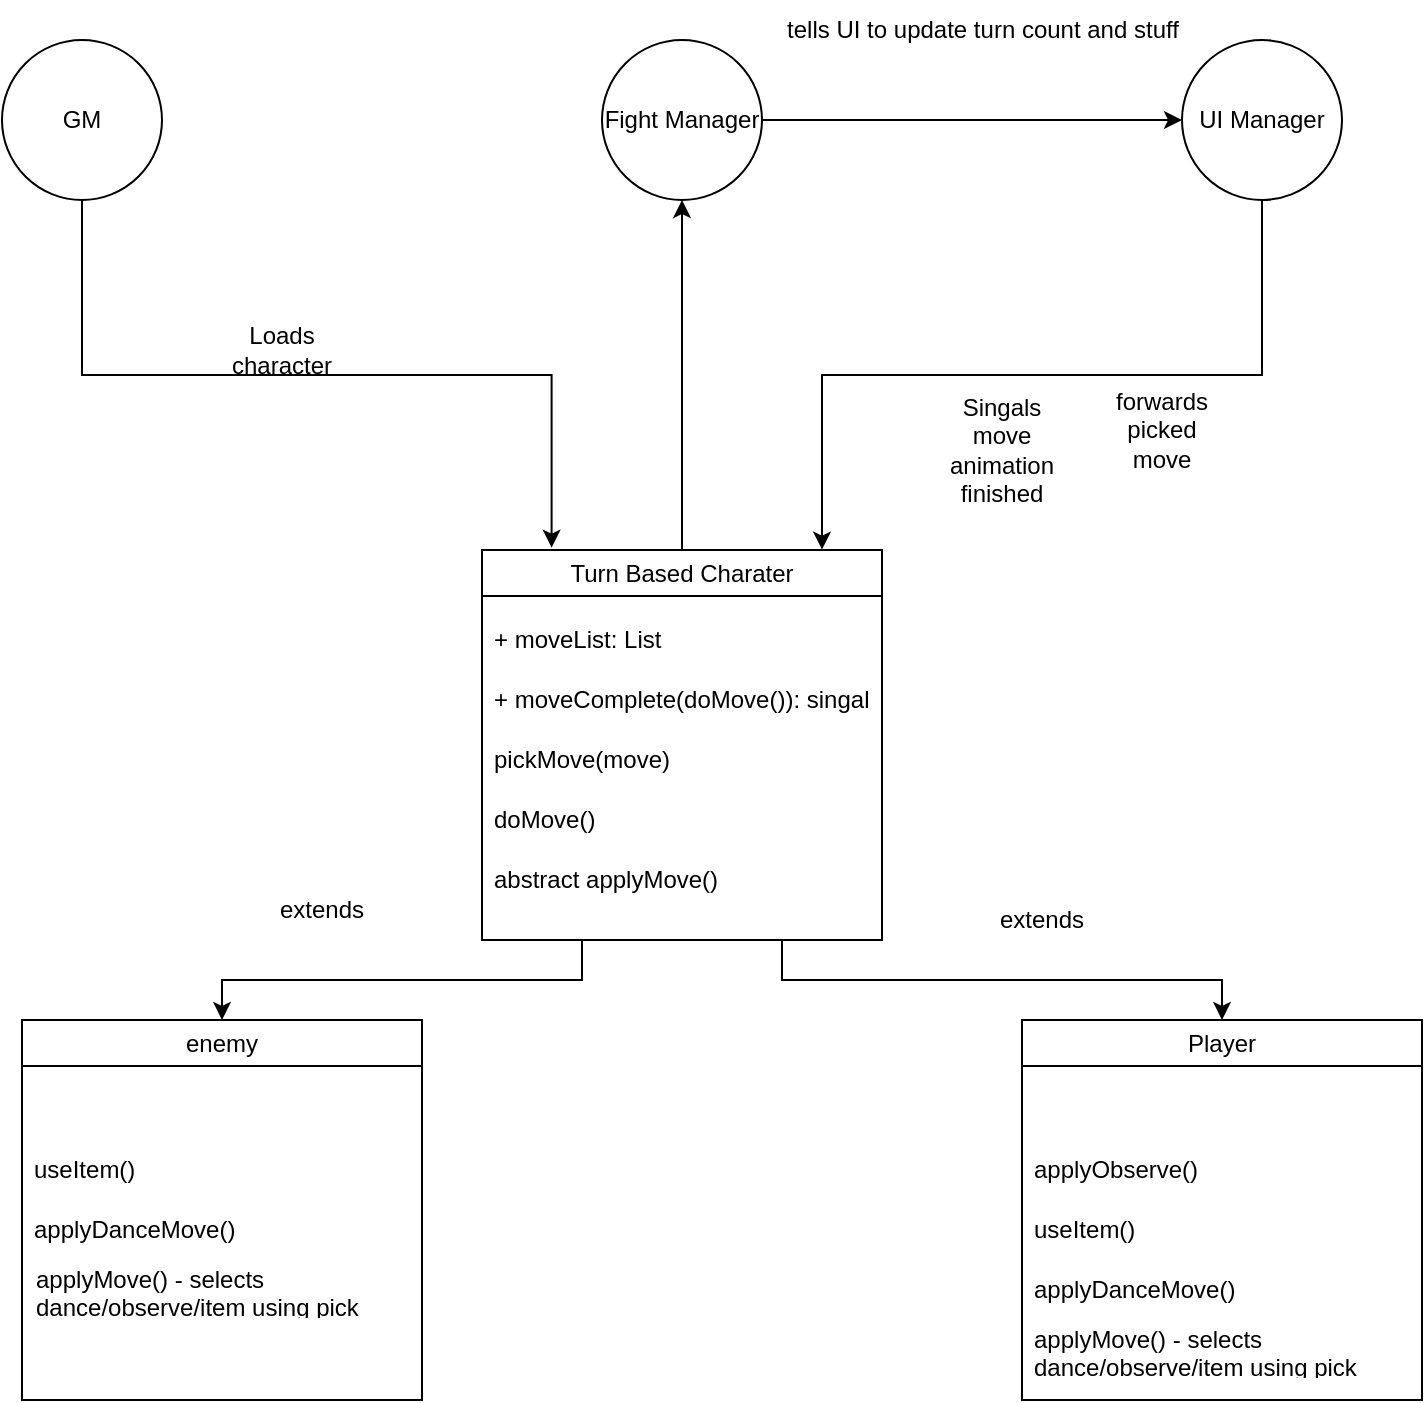
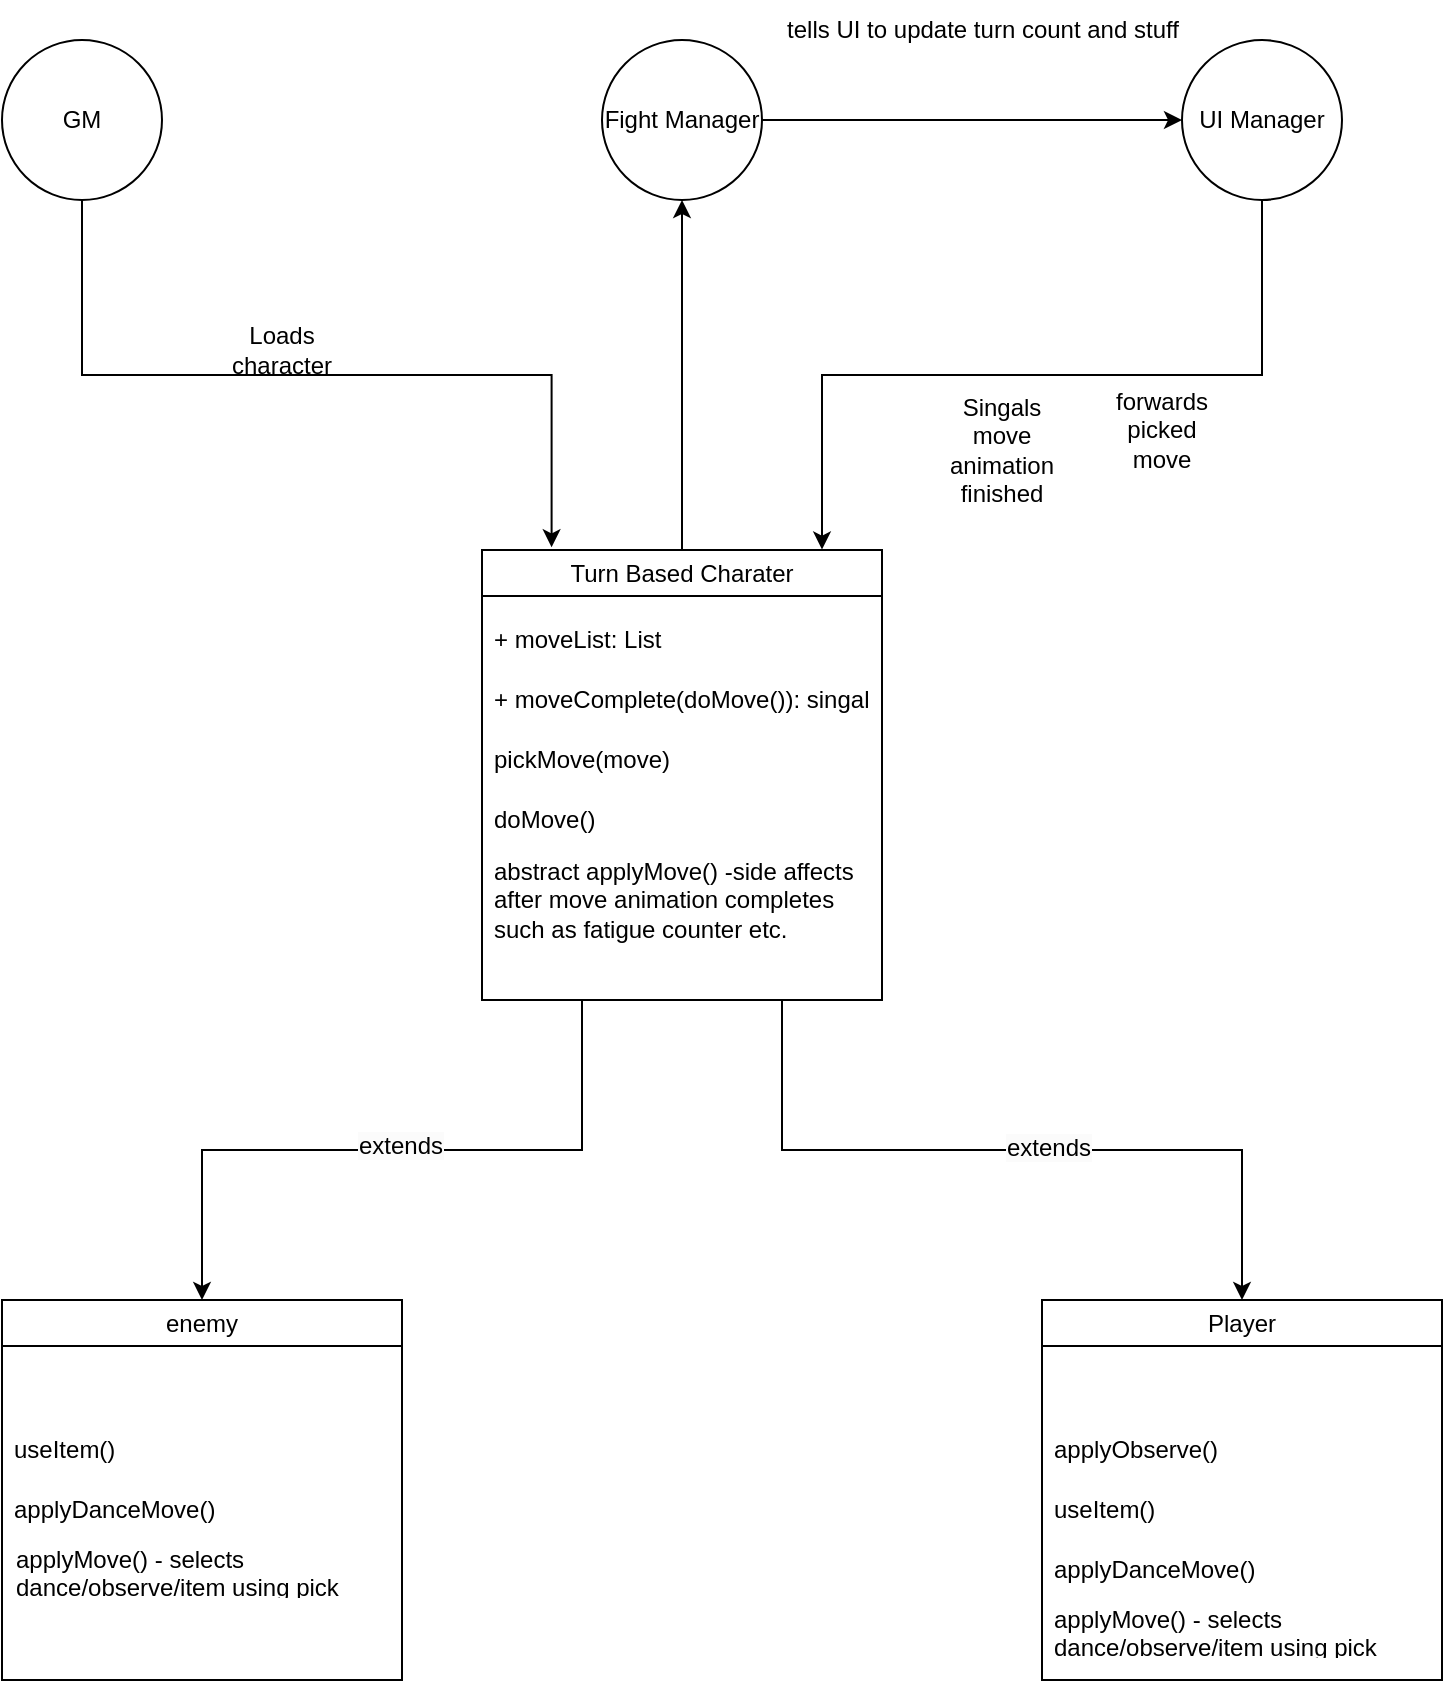
<mxfile host="65bd71144e">
    <diagram name="Page-1" id="8GHx16UVSlVFLAtgrjIX">
        <mxGraphModel dx="1097" dy="407" grid="1" gridSize="10" guides="1" tooltips="1" connect="1" arrows="1" fold="1" page="1" pageScale="1" pageWidth="827" pageHeight="1169" math="0" shadow="0">
            <root>
                <mxCell id="0"/>
                <mxCell id="1" parent="0"/>
                <mxCell id="7OPKpmR6Gj1I1nWfY20L-1" value="GM" style="ellipse;whiteSpace=wrap;html=1;aspect=fixed;" parent="1" vertex="1">
                    <mxGeometry x="60" y="160" width="80" height="80" as="geometry"/>
                </mxCell>
                <mxCell id="7OPKpmR6Gj1I1nWfY20L-20" style="edgeStyle=orthogonalEdgeStyle;rounded=0;orthogonalLoop=1;jettySize=auto;html=1;exitX=1;exitY=0.5;exitDx=0;exitDy=0;" parent="1" source="7OPKpmR6Gj1I1nWfY20L-2" target="7OPKpmR6Gj1I1nWfY20L-3" edge="1">
                    <mxGeometry relative="1" as="geometry"/>
                </mxCell>
                <mxCell id="7OPKpmR6Gj1I1nWfY20L-2" value="Fight Manager" style="ellipse;whiteSpace=wrap;html=1;aspect=fixed;" parent="1" vertex="1">
                    <mxGeometry x="360" y="160" width="80" height="80" as="geometry"/>
                </mxCell>
                <mxCell id="7OPKpmR6Gj1I1nWfY20L-3" value="UI Manager" style="ellipse;whiteSpace=wrap;html=1;aspect=fixed;" parent="1" vertex="1">
                    <mxGeometry x="650" y="160" width="80" height="80" as="geometry"/>
                </mxCell>
                <mxCell id="7OPKpmR6Gj1I1nWfY20L-19" style="edgeStyle=orthogonalEdgeStyle;rounded=0;orthogonalLoop=1;jettySize=auto;html=1;exitX=0.5;exitY=0;exitDx=0;exitDy=0;entryX=0.5;entryY=1;entryDx=0;entryDy=0;" parent="1" source="7OPKpmR6Gj1I1nWfY20L-15" target="7OPKpmR6Gj1I1nWfY20L-2" edge="1">
                    <mxGeometry relative="1" as="geometry">
                        <Array as="points">
                            <mxPoint x="400" y="330"/>
                            <mxPoint x="400" y="330"/>
                        </Array>
                    </mxGeometry>
                </mxCell>
                <mxCell id="7OPKpmR6Gj1I1nWfY20L-38" style="edgeStyle=orthogonalEdgeStyle;rounded=0;orthogonalLoop=1;jettySize=auto;html=1;exitX=0.25;exitY=1;exitDx=0;exitDy=0;entryX=0.5;entryY=0;entryDx=0;entryDy=0;" parent="1" source="7OPKpmR6Gj1I1nWfY20L-15" target="7OPKpmR6Gj1I1nWfY20L-28" edge="1">
                    <mxGeometry relative="1" as="geometry"/>
                </mxCell>
+                 <mxCell id="5" value="&lt;span style=&quot;color: rgb(0, 0, 0); font-size: 12px; text-wrap-mode: wrap; background-color: rgb(251, 251, 251);&quot;&gt;extends&lt;/span&gt;" style="edgeLabel;html=1;align=center;verticalAlign=middle;resizable=0;points=[];" vertex="1" connectable="0" parent="7OPKpmR6Gj1I1nWfY20L-38">
+                     <mxGeometry x="-0.12" y="-2" relative="1" as="geometry">
+                         <mxPoint x="-17" as="offset"/>
+                     </mxGeometry>
+                 </mxCell>
                <mxCell id="7OPKpmR6Gj1I1nWfY20L-39" style="edgeStyle=orthogonalEdgeStyle;rounded=0;orthogonalLoop=1;jettySize=auto;html=1;exitX=0.75;exitY=1;exitDx=0;exitDy=0;entryX=0.5;entryY=0;entryDx=0;entryDy=0;" parent="1" source="7OPKpmR6Gj1I1nWfY20L-15" target="7OPKpmR6Gj1I1nWfY20L-33" edge="1">
                    <mxGeometry relative="1" as="geometry"/>
                </mxCell>
+                 <mxCell id="4" value="&lt;span style=&quot;color: rgb(0, 0, 0); font-size: 12px; text-wrap-mode: wrap; background-color: rgb(251, 251, 251);&quot;&gt;extends&lt;/span&gt;" style="edgeLabel;html=1;align=center;verticalAlign=middle;resizable=0;points=[];" vertex="1" connectable="0" parent="7OPKpmR6Gj1I1nWfY20L-39">
+                     <mxGeometry x="0.0937" y="1" relative="1" as="geometry">
+                         <mxPoint as="offset"/>
+                     </mxGeometry>
+                 </mxCell>
                <mxCell id="7OPKpmR6Gj1I1nWfY20L-15" value="&lt;span style=&quot;font-weight: 400;&quot;&gt;Turn Based Charater&lt;/span&gt;" style="swimlane;whiteSpace=wrap;html=1;" parent="1" vertex="1">
-                     <mxGeometry x="300" y="415" width="200" height="195" as="geometry"/>
+                     <mxGeometry x="300" y="415" width="200" height="225" as="geometry"/>
                </mxCell>
                <mxCell id="7OPKpmR6Gj1I1nWfY20L-5" value="+ moveList: List" style="text;strokeColor=none;fillColor=none;align=left;verticalAlign=middle;spacingLeft=4;spacingRight=4;overflow=hidden;points=[[0,0.5],[1,0.5]];portConstraint=eastwest;rotatable=0;whiteSpace=wrap;html=1;" parent="7OPKpmR6Gj1I1nWfY20L-15" vertex="1">
                    <mxGeometry y="30" width="140" height="30" as="geometry"/>
                </mxCell>
                <mxCell id="7OPKpmR6Gj1I1nWfY20L-6" value="pickMove(move)" style="text;strokeColor=none;fillColor=none;align=left;verticalAlign=middle;spacingLeft=4;spacingRight=4;overflow=hidden;points=[[0,0.5],[1,0.5]];portConstraint=eastwest;rotatable=0;whiteSpace=wrap;html=1;" parent="7OPKpmR6Gj1I1nWfY20L-15" vertex="1">
                    <mxGeometry y="90" width="140" height="30" as="geometry"/>
                </mxCell>
                <mxCell id="7OPKpmR6Gj1I1nWfY20L-7" value="doMove()" style="text;strokeColor=none;fillColor=none;align=left;verticalAlign=middle;spacingLeft=4;spacingRight=4;overflow=hidden;points=[[0,0.5],[1,0.5]];portConstraint=eastwest;rotatable=0;whiteSpace=wrap;html=1;" parent="7OPKpmR6Gj1I1nWfY20L-15" vertex="1">
                    <mxGeometry y="120" width="140" height="30" as="geometry"/>
                </mxCell>
                <mxCell id="7OPKpmR6Gj1I1nWfY20L-17" value="+ moveComplete(doMove()): singal" style="text;strokeColor=none;fillColor=none;align=left;verticalAlign=middle;spacingLeft=4;spacingRight=4;overflow=hidden;points=[[0,0.5],[1,0.5]];portConstraint=eastwest;rotatable=0;whiteSpace=wrap;html=1;" parent="7OPKpmR6Gj1I1nWfY20L-15" vertex="1">
                    <mxGeometry y="60" width="200" height="30" as="geometry"/>
                </mxCell>
-                 <mxCell id="7OPKpmR6Gj1I1nWfY20L-43" value="abstract applyMove()" style="text;strokeColor=none;fillColor=none;align=left;verticalAlign=middle;spacingLeft=4;spacingRight=4;overflow=hidden;points=[[0,0.5],[1,0.5]];portConstraint=eastwest;rotatable=0;whiteSpace=wrap;html=1;" parent="7OPKpmR6Gj1I1nWfY20L-15" vertex="1">
-                     <mxGeometry y="150" width="140" height="30" as="geometry"/>
+                 <mxCell id="7OPKpmR6Gj1I1nWfY20L-43" value="abstract applyMove() -side affects after move animation completes such as fatigue counter etc." style="text;strokeColor=none;fillColor=none;align=left;verticalAlign=middle;spacingLeft=4;spacingRight=4;overflow=hidden;points=[[0,0.5],[1,0.5]];portConstraint=eastwest;rotatable=0;whiteSpace=wrap;html=1;" parent="7OPKpmR6Gj1I1nWfY20L-15" vertex="1">
+                     <mxGeometry y="150" width="200" height="50" as="geometry"/>
                </mxCell>
                <mxCell id="7OPKpmR6Gj1I1nWfY20L-21" style="edgeStyle=orthogonalEdgeStyle;rounded=0;orthogonalLoop=1;jettySize=auto;html=1;exitX=0.5;exitY=1;exitDx=0;exitDy=0;entryX=0.85;entryY=-0.001;entryDx=0;entryDy=0;entryPerimeter=0;" parent="1" source="7OPKpmR6Gj1I1nWfY20L-3" target="7OPKpmR6Gj1I1nWfY20L-15" edge="1">
                    <mxGeometry relative="1" as="geometry"/>
                </mxCell>
                <mxCell id="7OPKpmR6Gj1I1nWfY20L-22" style="edgeStyle=orthogonalEdgeStyle;rounded=0;orthogonalLoop=1;jettySize=auto;html=1;exitX=0.5;exitY=1;exitDx=0;exitDy=0;entryX=0.174;entryY=-0.006;entryDx=0;entryDy=0;entryPerimeter=0;" parent="1" source="7OPKpmR6Gj1I1nWfY20L-1" target="7OPKpmR6Gj1I1nWfY20L-15" edge="1">
                    <mxGeometry relative="1" as="geometry"/>
                </mxCell>
                <mxCell id="7OPKpmR6Gj1I1nWfY20L-23" value="Loads character" style="text;html=1;whiteSpace=wrap;strokeColor=none;fillColor=none;align=center;verticalAlign=middle;rounded=0;" parent="1" vertex="1">
                    <mxGeometry x="170" y="300" width="60" height="30" as="geometry"/>
                </mxCell>
                <mxCell id="7OPKpmR6Gj1I1nWfY20L-24" value="forwards picked move" style="text;html=1;whiteSpace=wrap;strokeColor=none;fillColor=none;align=center;verticalAlign=middle;rounded=0;" parent="1" vertex="1">
                    <mxGeometry x="610" y="340" width="60" height="30" as="geometry"/>
                </mxCell>
                <mxCell id="7OPKpmR6Gj1I1nWfY20L-26" value="Singals move animation finished" style="text;html=1;whiteSpace=wrap;strokeColor=none;fillColor=none;align=center;verticalAlign=middle;rounded=0;" parent="1" vertex="1">
                    <mxGeometry x="530" y="350" width="60" height="30" as="geometry"/>
                </mxCell>
                <mxCell id="7OPKpmR6Gj1I1nWfY20L-28" value="&lt;span style=&quot;font-weight: 400;&quot;&gt;enemy&lt;/span&gt;" style="swimlane;whiteSpace=wrap;html=1;" parent="1" vertex="1">
-                     <mxGeometry x="70" y="650" width="200" height="190" as="geometry"/>
+                     <mxGeometry x="60" y="790" width="200" height="190" as="geometry"/>
                </mxCell>
                <mxCell id="7OPKpmR6Gj1I1nWfY20L-30" value="applyDanceMove()" style="text;strokeColor=none;fillColor=none;align=left;verticalAlign=middle;spacingLeft=4;spacingRight=4;overflow=hidden;points=[[0,0.5],[1,0.5]];portConstraint=eastwest;rotatable=0;whiteSpace=wrap;html=1;" parent="7OPKpmR6Gj1I1nWfY20L-28" vertex="1">
                    <mxGeometry y="90" width="140" height="30" as="geometry"/>
                </mxCell>
                <mxCell id="7OPKpmR6Gj1I1nWfY20L-32" value="useItem()" style="text;strokeColor=none;fillColor=none;align=left;verticalAlign=middle;spacingLeft=4;spacingRight=4;overflow=hidden;points=[[0,0.5],[1,0.5]];portConstraint=eastwest;rotatable=0;whiteSpace=wrap;html=1;" parent="7OPKpmR6Gj1I1nWfY20L-28" vertex="1">
                    <mxGeometry y="60" width="200" height="30" as="geometry"/>
                </mxCell>
                <mxCell id="7OPKpmR6Gj1I1nWfY20L-44" value="applyMove() - selects dance/observe/item using pick move function" style="text;strokeColor=none;fillColor=none;align=left;verticalAlign=middle;spacingLeft=4;spacingRight=4;overflow=hidden;points=[[0,0.5],[1,0.5]];portConstraint=eastwest;rotatable=0;whiteSpace=wrap;html=1;" parent="7OPKpmR6Gj1I1nWfY20L-28" vertex="1">
                    <mxGeometry x="1" y="120" width="199" height="30" as="geometry"/>
                </mxCell>
                <mxCell id="7OPKpmR6Gj1I1nWfY20L-33" value="&lt;span style=&quot;font-weight: 400;&quot;&gt;Player&lt;/span&gt;" style="swimlane;whiteSpace=wrap;html=1;" parent="1" vertex="1">
-                     <mxGeometry x="570" y="650" width="200" height="190" as="geometry"/>
+                     <mxGeometry x="580" y="790" width="200" height="190" as="geometry"/>
                </mxCell>
                <mxCell id="7OPKpmR6Gj1I1nWfY20L-35" value="useItem()" style="text;strokeColor=none;fillColor=none;align=left;verticalAlign=middle;spacingLeft=4;spacingRight=4;overflow=hidden;points=[[0,0.5],[1,0.5]];portConstraint=eastwest;rotatable=0;whiteSpace=wrap;html=1;" parent="7OPKpmR6Gj1I1nWfY20L-33" vertex="1">
                    <mxGeometry y="90" width="140" height="30" as="geometry"/>
                </mxCell>
                <mxCell id="7OPKpmR6Gj1I1nWfY20L-36" value="applyDanceMove()" style="text;strokeColor=none;fillColor=none;align=left;verticalAlign=middle;spacingLeft=4;spacingRight=4;overflow=hidden;points=[[0,0.5],[1,0.5]];portConstraint=eastwest;rotatable=0;whiteSpace=wrap;html=1;" parent="7OPKpmR6Gj1I1nWfY20L-33" vertex="1">
                    <mxGeometry y="120" width="140" height="30" as="geometry"/>
                </mxCell>
                <mxCell id="7OPKpmR6Gj1I1nWfY20L-37" value="applyObserve()" style="text;strokeColor=none;fillColor=none;align=left;verticalAlign=middle;spacingLeft=4;spacingRight=4;overflow=hidden;points=[[0,0.5],[1,0.5]];portConstraint=eastwest;rotatable=0;whiteSpace=wrap;html=1;" parent="7OPKpmR6Gj1I1nWfY20L-33" vertex="1">
                    <mxGeometry y="60" width="200" height="30" as="geometry"/>
                </mxCell>
                <mxCell id="7OPKpmR6Gj1I1nWfY20L-45" value="applyMove() - selects dance/observe/item using pick move function" style="text;strokeColor=none;fillColor=none;align=left;verticalAlign=middle;spacingLeft=4;spacingRight=4;overflow=hidden;points=[[0,0.5],[1,0.5]];portConstraint=eastwest;rotatable=0;whiteSpace=wrap;html=1;" parent="7OPKpmR6Gj1I1nWfY20L-33" vertex="1">
                    <mxGeometry y="150" width="200" height="30" as="geometry"/>
                </mxCell>
-                 <mxCell id="7OPKpmR6Gj1I1nWfY20L-40" value="extends" style="text;html=1;whiteSpace=wrap;strokeColor=none;fillColor=none;align=center;verticalAlign=middle;rounded=0;" parent="1" vertex="1">
-                     <mxGeometry x="190" y="580" width="60" height="30" as="geometry"/>
-                 </mxCell>
-                 <mxCell id="7OPKpmR6Gj1I1nWfY20L-41" value="extends" style="text;html=1;whiteSpace=wrap;strokeColor=none;fillColor=none;align=center;verticalAlign=middle;rounded=0;" parent="1" vertex="1">
-                     <mxGeometry x="550" y="585" width="60" height="30" as="geometry"/>
-                 </mxCell>
                <mxCell id="2" value="tells UI to update turn count and stuff" style="text;html=1;align=center;verticalAlign=middle;resizable=0;points=[];autosize=1;strokeColor=none;fillColor=none;" vertex="1" parent="1">
                    <mxGeometry x="440" y="140" width="220" height="30" as="geometry"/>
                </mxCell>
            </root>
        </mxGraphModel>
    </diagram>
</mxfile>